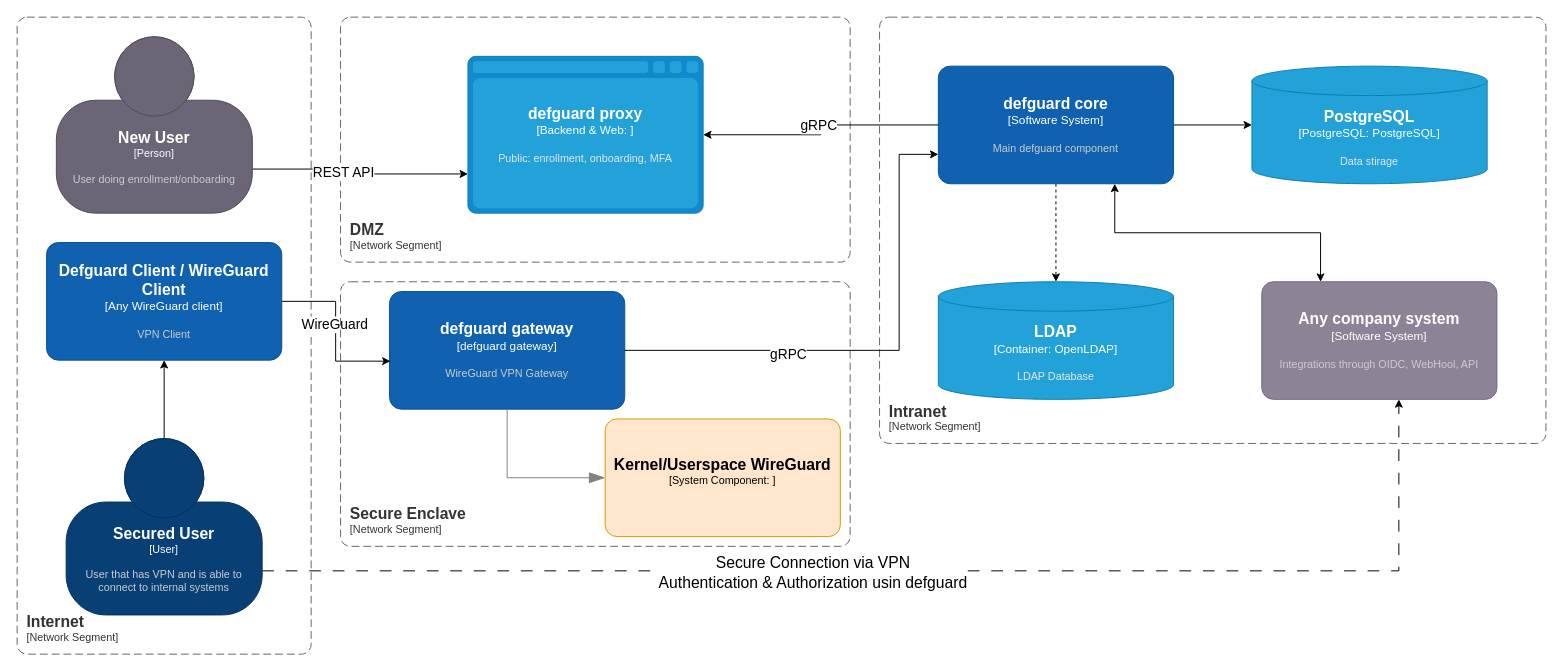
DefGuard/docs keeps this draw.io diagram as in-depth/defguard.drawio. Above is the earlier version. Source tidied: cells renumbered, new cells numbered last; positions are measured from the earlier drawing's top-left corner, leaving out a move shared by most shapes. Both pictures are drawn from the tidied source at 98%, with x=0, y=0 at pixel (17, 17).
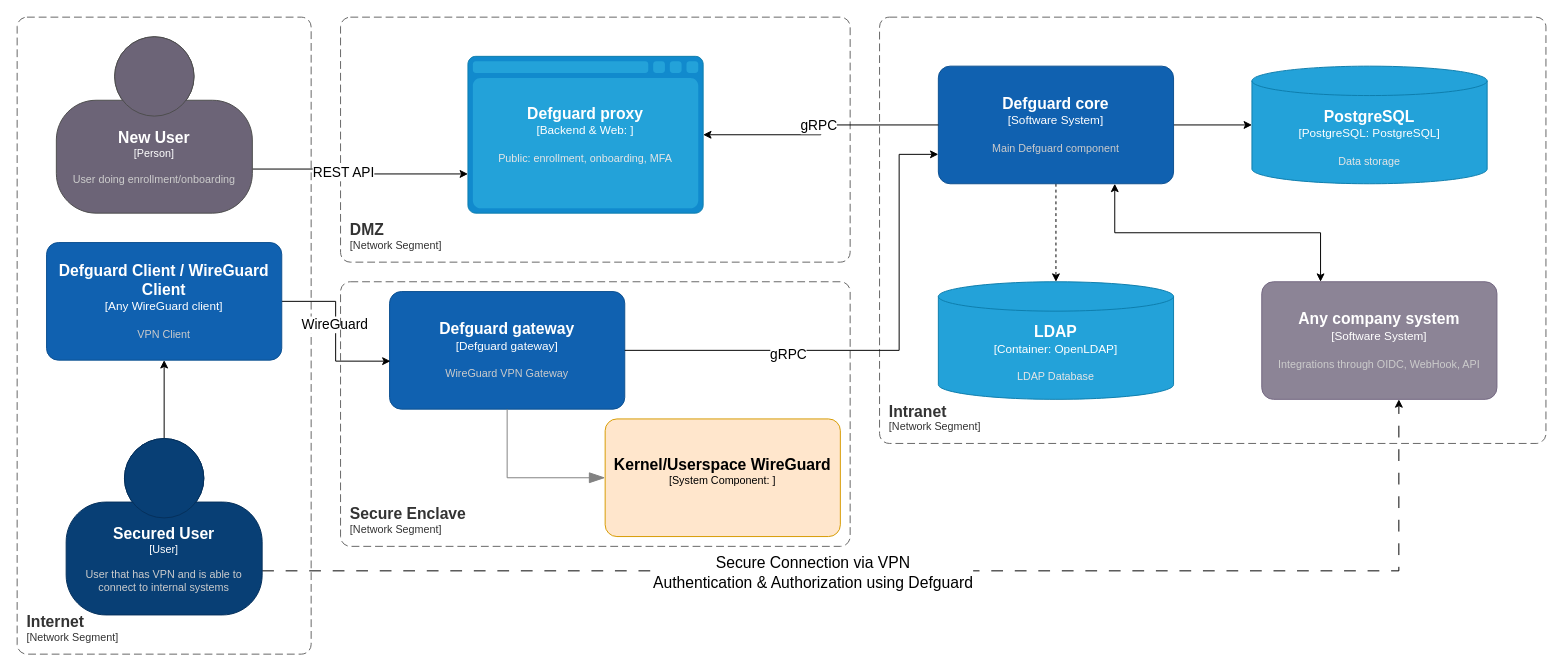
After the change.

Commit message (it also covers changes not shown here):
Defguard architecture typos fix

The change refers to these unchanged cells:
```xml
<mxCell id="24" style="edgeStyle=orthogonalEdgeStyle;rounded=0;jettySize=auto;html=1;exitX=1;exitY=0.75;exitDx=0;exitDy=0;exitPerimeter=0;entryX=0.583;entryY=1;entryDx=0;entryDy=0;entryPerimeter=0;dashed=1;dashPattern=12 12;" parent="1" edge="1" source="26" target="15">
  <mxGeometry relative="1" as="geometry" />
</mxCell>
```

Diff of the diagram source:
```diff
@@
-    <object id="5" label="&lt;font style=&quot;font-size: 16px&quot;&gt;&lt;b&gt;%c4Name%&lt;/b&gt;&lt;/font&gt;&lt;div&gt;[%c4Type%]&lt;/div&gt;&lt;br&gt;&lt;div&gt;&lt;font style=&quot;font-size: 11px&quot;&gt;&lt;font color=&quot;#cccccc&quot;&gt;%c4Description%&lt;/font&gt;&lt;/div&gt;" c4Description="Main defguard component" c4Name="defguard core" c4Type="Software System" placeholders="1">
+    <object id="5" label="&lt;font style=&quot;font-size: 16px&quot;&gt;&lt;b&gt;%c4Name%&lt;/b&gt;&lt;/font&gt;&lt;div&gt;[%c4Type%]&lt;/div&gt;&lt;br&gt;&lt;div&gt;&lt;font style=&quot;font-size: 11px&quot;&gt;&lt;font color=&quot;#cccccc&quot;&gt;%c4Description%&lt;/font&gt;&lt;/div&gt;" c4Description="Main Defguard component" c4Name="Defguard core" c4Type="Software System" placeholders="1">
       <mxCell style="rounded=1;whiteSpace=wrap;html=1;labelBackgroundColor=none;fillColor=#1061B0;fontColor=#ffffff;align=center;arcSize=10;strokeColor=#0D5091;points=[[0.25,0,0],[0.5,0,0],[0.75,0,0],[1,0.25,0],[1,0.5,0],[1,0.75,0],[0.75,1,0],[0.5,1,0],[0.25,1,0],[0,0.75,0],[0,0.5,0],[0,0.25,0]];" parent="1" vertex="1">
         <mxGeometry x="940" y="50" width="240" height="120" as="geometry" />
       </mxCell>
     </object>
-    <object id="6" label="&lt;font style=&quot;font-size: 16px&quot;&gt;&lt;b&gt;%c4Type%&lt;/b&gt;&lt;/font&gt;&lt;div&gt;[%c4Container%:&amp;nbsp;%c4Technology%]&lt;/div&gt;&lt;br&gt;&lt;div&gt;&lt;font style=&quot;font-size: 11px&quot;&gt;&lt;font color=&quot;#E6E6E6&quot;&gt;%c4Description%&lt;/font&gt;&lt;/div&gt;" c4Container="PostgreSQL" c4Description="Data stirage" c4Technology="PostgreSQL" c4Type="PostgreSQL" placeholders="1">
+    <object id="6" label="&lt;font style=&quot;font-size: 16px&quot;&gt;&lt;b&gt;%c4Type%&lt;/b&gt;&lt;/font&gt;&lt;div&gt;[%c4Container%:&amp;nbsp;%c4Technology%]&lt;/div&gt;&lt;br&gt;&lt;div&gt;&lt;font style=&quot;font-size: 11px&quot;&gt;&lt;font color=&quot;#E6E6E6&quot;&gt;%c4Description%&lt;/font&gt;&lt;/div&gt;" c4Container="PostgreSQL" c4Description="Data storage" c4Technology="PostgreSQL" c4Type="PostgreSQL" placeholders="1">
       <mxCell style="shape=cylinder3;size=15;whiteSpace=wrap;html=1;boundedLbl=1;rounded=0;labelBackgroundColor=none;fillColor=#23A2D9;fontSize=12;fontColor=#ffffff;align=center;strokeColor=#0E7DAD;points=[[0.5,0,0],[1,0.25,0],[1,0.5,0],[1,0.75,0],[0.5,1,0],[0,0.75,0],[0,0.5,0],[0,0.25,0]];" parent="1" vertex="1">
         <mxGeometry x="1260" y="50" width="240" height="120" as="geometry" />
       </mxCell>
     </object>
@@
-    <object id="9" label="&lt;font style=&quot;font-size: 16px&quot;&gt;&lt;b&gt;%c4Type%&lt;/b&gt;&lt;/font&gt;&lt;div&gt;[%c4Container%:&amp;nbsp;%c4Technology%]&lt;/div&gt;&lt;br&gt;&lt;div&gt;&lt;font style=&quot;font-size: 11px&quot;&gt;&lt;font color=&quot;#E6E6E6&quot;&gt;%c4Description%&lt;/font&gt;&lt;/div&gt;" c4Container="Backend &amp; Web" c4Description="Public: enrollment, onboarding, MFA" c4Technology="" c4Type="defguard proxy" placeholders="1">
+    <object id="9" label="&lt;font style=&quot;font-size: 16px&quot;&gt;&lt;b&gt;%c4Type%&lt;/b&gt;&lt;/font&gt;&lt;div&gt;[%c4Container%:&amp;nbsp;%c4Technology%]&lt;/div&gt;&lt;br&gt;&lt;div&gt;&lt;font style=&quot;font-size: 11px&quot;&gt;&lt;font color=&quot;#E6E6E6&quot;&gt;%c4Description%&lt;/font&gt;&lt;/div&gt;" c4Container="Backend &amp; Web" c4Description="Public: enrollment, onboarding, MFA" c4Technology="" c4Type="Defguard proxy" placeholders="1">
       <mxCell style="shape=mxgraph.c4.webBrowserContainer2;whiteSpace=wrap;html=1;boundedLbl=1;rounded=0;labelBackgroundColor=none;strokeColor=#118ACD;fillColor=#23A2D9;strokeColor=#118ACD;strokeColor2=#0E7DAD;fontSize=12;fontColor=#ffffff;align=center;points=[[0.5,0,0],[1,0.25,0],[1,0.5,0],[1,0.75,0],[0.5,1,0],[0,0.75,0],[0,0.5,0],[0,0.25,0]];" parent="1" vertex="1">
         <mxGeometry x="460" y="40" width="240" height="160" as="geometry" />
       </mxCell>
     </object>
@@
-    <object id="11" label="&lt;font style=&quot;font-size: 16px&quot;&gt;&lt;b&gt;%c4Name%&lt;/b&gt;&lt;/font&gt;&lt;div&gt;[%c4Type%]&lt;/div&gt;&lt;br&gt;&lt;div&gt;&lt;font style=&quot;font-size: 11px&quot;&gt;&lt;font color=&quot;#cccccc&quot;&gt;%c4Description%&lt;/font&gt;&lt;/div&gt;" c4Description="WireGuard VPN Gateway" c4Name="defguard gateway" c4Type="defguard gateway" placeholders="1">
+    <object id="11" label="&lt;font style=&quot;font-size: 16px&quot;&gt;&lt;b&gt;%c4Name%&lt;/b&gt;&lt;/font&gt;&lt;div&gt;[%c4Type%]&lt;/div&gt;&lt;br&gt;&lt;div&gt;&lt;font style=&quot;font-size: 11px&quot;&gt;&lt;font color=&quot;#cccccc&quot;&gt;%c4Description%&lt;/font&gt;&lt;/div&gt;" c4Description="WireGuard VPN Gateway" c4Name="Defguard gateway" c4Type="Defguard gateway" placeholders="1">
       <mxCell style="rounded=1;whiteSpace=wrap;html=1;labelBackgroundColor=none;fillColor=#1061B0;fontColor=#ffffff;align=center;arcSize=10;strokeColor=#0D5091;points=[[0.25,0,0],[0.5,0,0],[0.75,0,0],[1,0.25,0],[1,0.5,0],[1,0.75,0],[0.75,1,0],[0.5,1,0],[0.25,1,0],[0,0.75,0],[0,0.5,0],[0,0.25,0]];" parent="1" vertex="1">
         <mxGeometry x="380" y="280" width="240" height="120" as="geometry" />
       </mxCell>
     </object>
@@
-    <object id="15" label="&lt;font style=&quot;font-size: 16px&quot;&gt;&lt;b&gt;%c4Name%&lt;/b&gt;&lt;/font&gt;&lt;div&gt;[%c4Type%]&lt;/div&gt;&lt;br&gt;&lt;div&gt;&lt;font style=&quot;font-size: 11px&quot;&gt;&lt;font color=&quot;#cccccc&quot;&gt;%c4Description%&lt;/font&gt;&lt;/div&gt;" c4Description="Integrations through OIDC, WebHool, API" c4Name="Any company system" c4Type="Software System" placeholders="1">
+    <object id="15" label="&lt;font style=&quot;font-size: 16px&quot;&gt;&lt;b&gt;%c4Name%&lt;/b&gt;&lt;/font&gt;&lt;div&gt;[%c4Type%]&lt;/div&gt;&lt;br&gt;&lt;div&gt;&lt;font style=&quot;font-size: 11px&quot;&gt;&lt;font color=&quot;#cccccc&quot;&gt;%c4Description%&lt;/font&gt;&lt;/div&gt;" c4Description="Integrations through OIDC, WebHook, API" c4Name="Any company system" c4Type="Software System" placeholders="1">
       <mxCell style="rounded=1;whiteSpace=wrap;html=1;labelBackgroundColor=none;fillColor=#8C8496;fontColor=#ffffff;align=center;arcSize=10;strokeColor=#736782;points=[[0.25,0,0],[0.5,0,0],[0.75,0,0],[1,0.25,0],[1,0.5,0],[1,0.75,0],[0.75,1,0],[0.5,1,0],[0.25,1,0],[0,0.75,0],[0,0.5,0],[0,0.25,0]];" parent="1" vertex="1">
         <mxGeometry x="1270" y="270" width="240" height="120" as="geometry" />
       </mxCell>
     </object>
@@
-    <mxCell id="25" value="&lt;font style=&quot;font-size: 16px;&quot;&gt;Secure Connection via VPN&lt;br&gt;Authentication &amp;amp; Authorization usin defguard&lt;/font&gt;" style="edgeLabel;html=1;align=center;verticalAlign=middle;" parent="24" vertex="1">
+    <mxCell id="25" value="&lt;font style=&quot;font-size: 16px;&quot;&gt;Secure Connection via VPN&lt;br&gt;Authentication &amp;amp; Authorization using Defguard&lt;/font&gt;" style="edgeLabel;html=1;align=center;verticalAlign=middle;" parent="24" vertex="1">
       <mxGeometry x="-0.16" y="-1" relative="1" as="geometry" />
     </mxCell>
```
